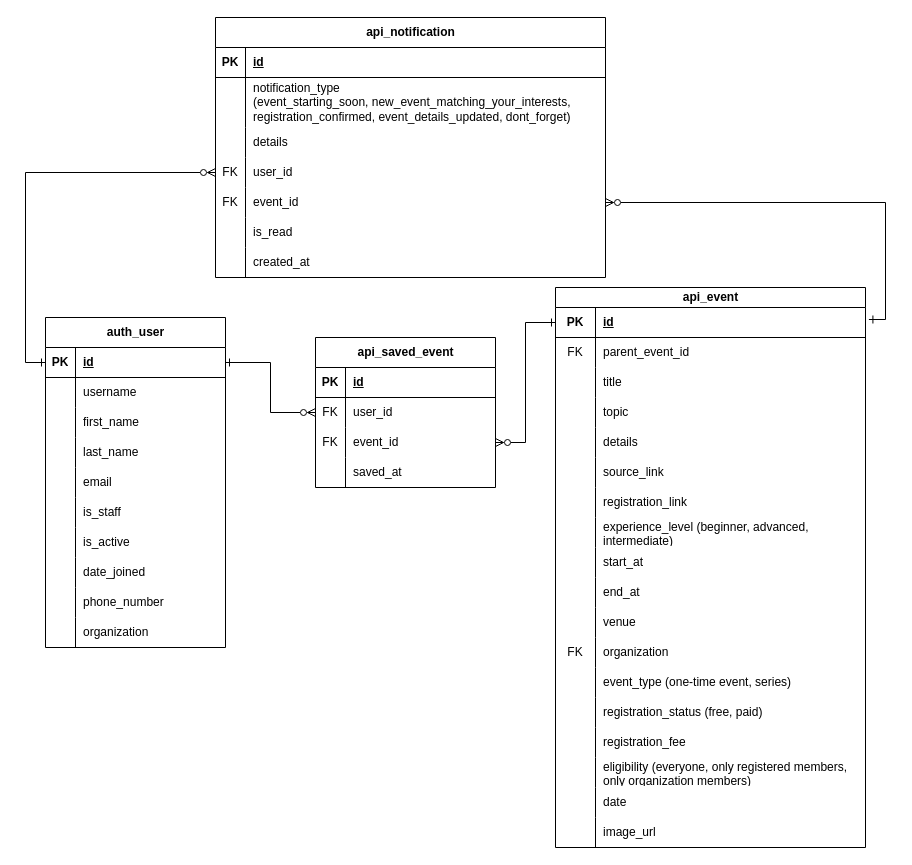
Before: page "User" (2 of 3) of 2Gether.drawio in RHILIUS/drawio, a draw.io diagram. Source tidied: cells renumbered, new cells numbered last; positions are measured from the earlier drawing's top-left corner, leaving out a move shared by most shapes. Both pictures are drawn from the tidied source at 100%, with x=0, y=0 at pixel (45, 17).
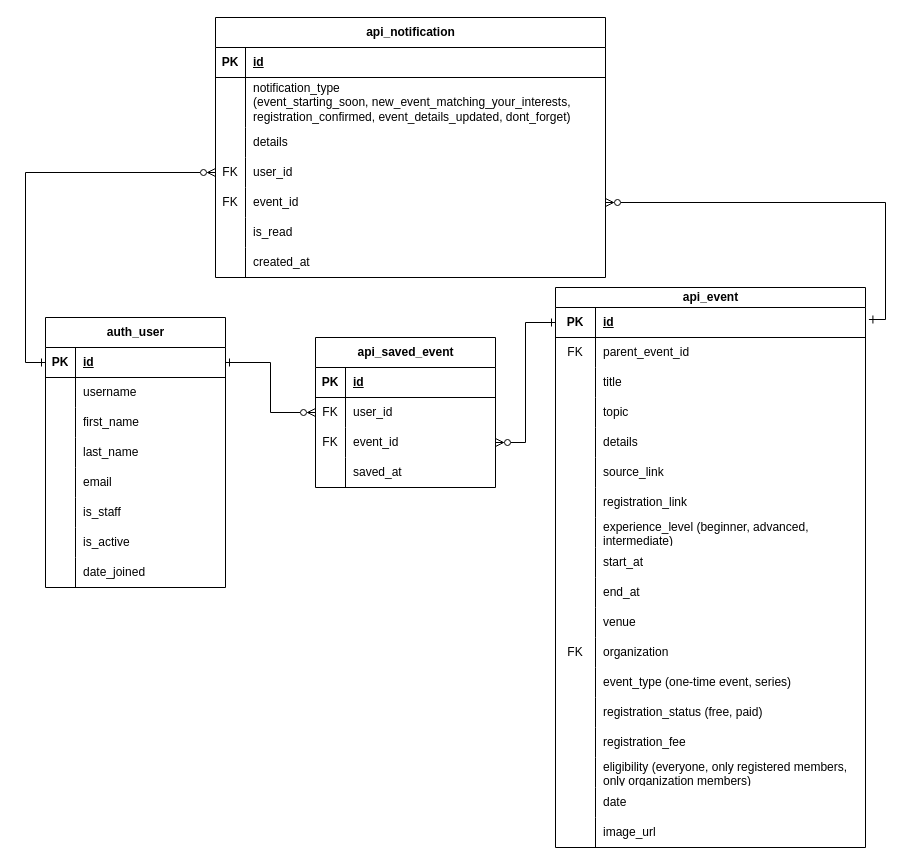
The same page after the edit.

Diff of the diagram source:
```diff
@@
     <mxCell id="2" value="auth_user" style="shape=table;startSize=30;childLayout=tableLayout;rowLines=0;fontStyle=1;align=center;html=1;" parent="1" vertex="1">
-      <mxGeometry y="300" width="180" height="330" as="geometry" />
+      <mxGeometry y="300" width="180" height="270" as="geometry" />
     </mxCell>
@@
-    <mxCell id="27" style="shape=tableRow;horizontal=0;startSize=0;swimlaneHead=0;swimlaneBody=0;fillColor=none;top=0;left=0;right=0;bottom=0;" parent="2" vertex="1">
-      <mxGeometry y="270" width="180" height="30" as="geometry" />
-    </mxCell>
-    <mxCell id="28" style="shape=partialRectangle;fillColor=none;top=0;left=0;bottom=0;right=0;overflow=hidden;whiteSpace=wrap;html=1;" parent="27" vertex="1">
-      <mxGeometry width="30" height="30" as="geometry" />
-    </mxCell>
-    <mxCell id="29" value="phone_number" style="shape=partialRectangle;fillColor=none;top=0;left=0;bottom=0;right=0;align=left;spacingLeft=6;overflow=hidden;whiteSpace=wrap;html=1;" parent="27" vertex="1">
-      <mxGeometry x="30" width="150" height="30" as="geometry" />
-    </mxCell>
-    <mxCell id="30" style="shape=tableRow;horizontal=0;startSize=0;swimlaneHead=0;swimlaneBody=0;fillColor=none;top=0;left=0;right=0;bottom=0;" parent="2" vertex="1">
-      <mxGeometry y="300" width="180" height="30" as="geometry" />
-    </mxCell>
-    <mxCell id="31" style="shape=partialRectangle;fillColor=none;top=0;left=0;bottom=0;right=0;overflow=hidden;whiteSpace=wrap;html=1;" parent="30" vertex="1">
-      <mxGeometry width="30" height="30" as="geometry" />
-    </mxCell>
-    <mxCell id="32" value="organization" style="shape=partialRectangle;fillColor=none;top=0;left=0;bottom=0;right=0;align=left;spacingLeft=6;overflow=hidden;whiteSpace=wrap;html=1;" parent="30" vertex="1">
-      <mxGeometry x="30" width="150" height="30" as="geometry" />
-    </mxCell>
```
